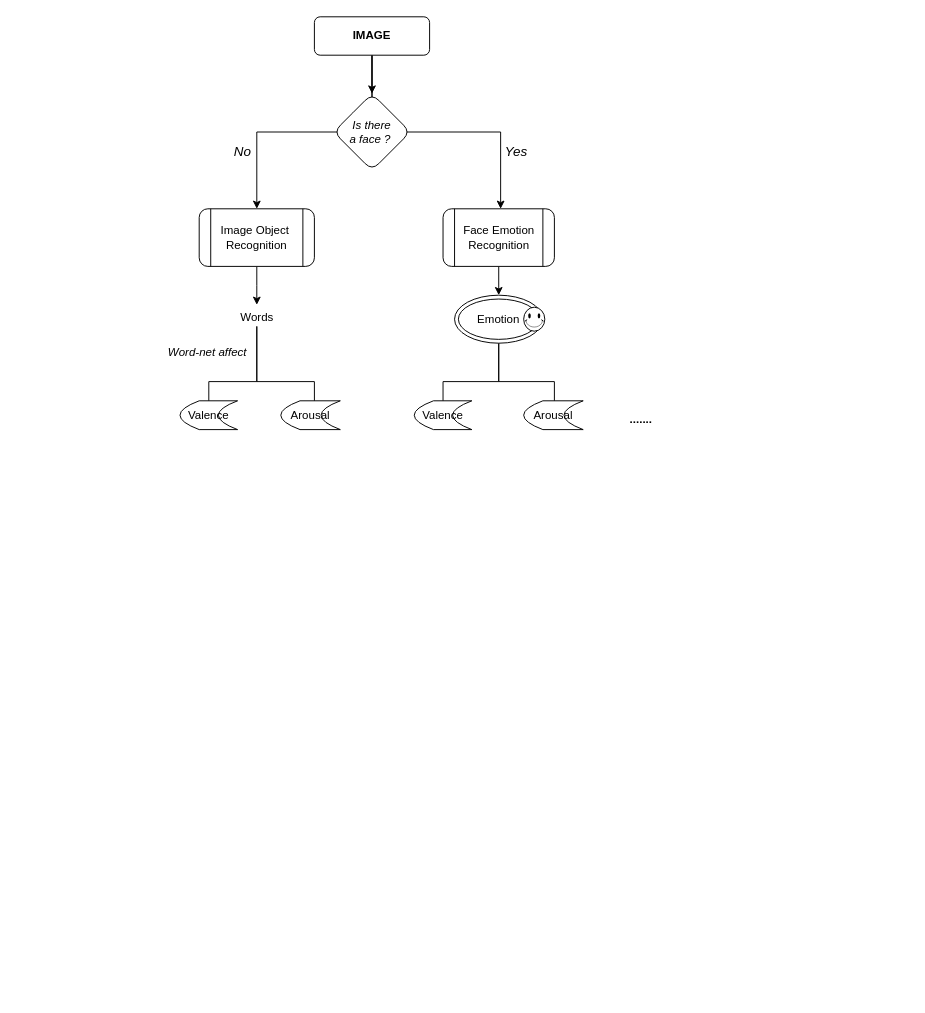
The draw.io diagram Picture-Mood-Playlist.drawio in kuk1song/Picture-Mood-Playlist_Transfered, before the edit. Source tidied: cells renumbered, new cells numbered last; positions are measured from the earlier drawing's top-left corner, leaving out a move shared by most shapes. Both pictures are drawn from the tidied source at 96%, with x=0, y=0 at pixel (160, 16).
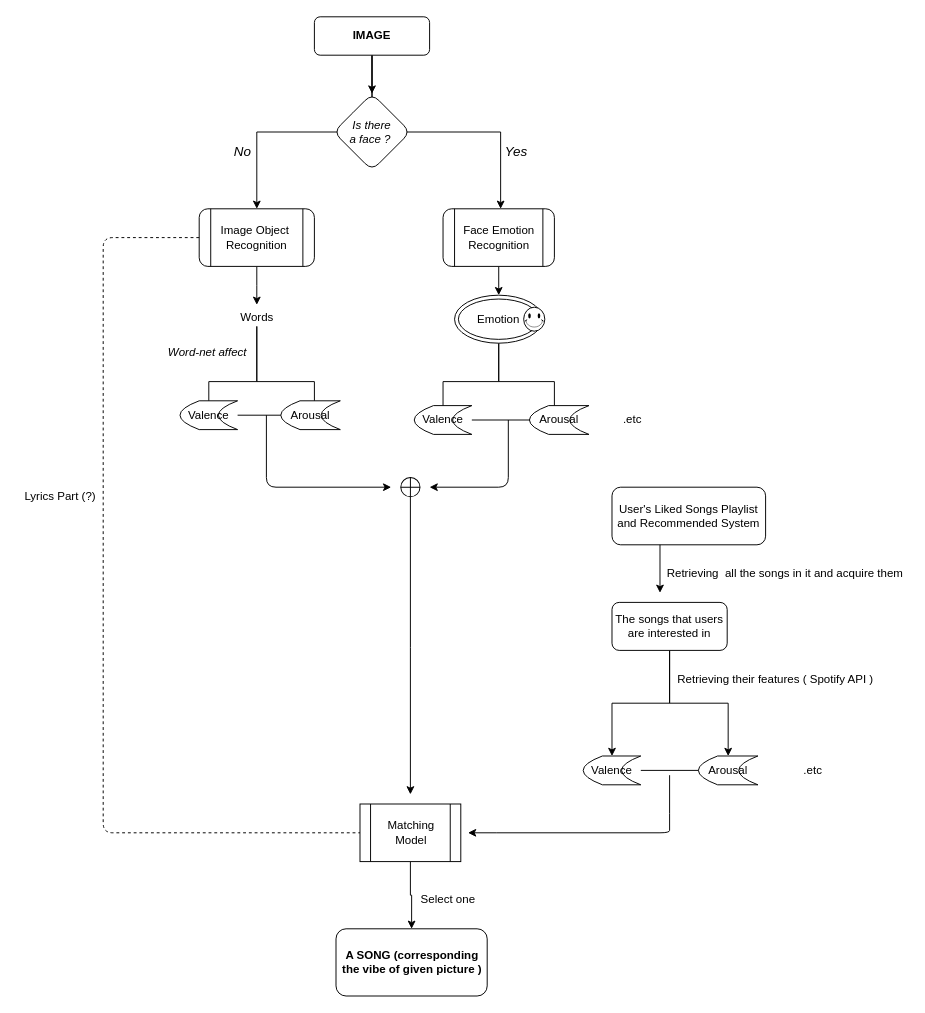
Above is the later version.

The change refers to these unchanged cells:
```xml
<mxCell id="7" value="&lt;span&gt;Image Object&amp;nbsp;&lt;/span&gt;&lt;br&gt;&lt;span&gt;Recognition&lt;/span&gt;" style="shape=process;whiteSpace=wrap;html=1;backgroundOutline=1;rounded=1;" parent="1" vertex="1">
  <mxGeometry x="40" y="200" width="120" height="60" as="geometry" />
</mxCell>
<mxCell id="23" value="&lt;span&gt;Valence&lt;/span&gt;" style="shape=dataStorage;whiteSpace=wrap;html=1;fixedSize=1;" parent="1" vertex="1">
  <mxGeometry x="20" y="400" width="60" height="30" as="geometry" />
</mxCell>
<mxCell id="24" value="Arousal" style="shape=dataStorage;whiteSpace=wrap;html=1;fixedSize=1;" parent="1" vertex="1">
  <mxGeometry x="125" y="400" width="62" height="30" as="geometry" />
</mxCell>
```

The edit, as a diff of the source:
```diff
@@
+    <mxCell id="26" style="edgeStyle=orthogonalEdgeStyle;rounded=0;jettySize=auto;html=1;entryX=0.516;entryY=0.5;entryDx=0;entryDy=0;entryPerimeter=0;" parent="1" edge="1" source="17" target="18">
+      <mxGeometry relative="1" as="geometry">
+        <Array as="points">
+          <mxPoint x="416" y="420" />
+        </Array>
+      </mxGeometry>
+    </mxCell>
     <mxCell id="17" value="&lt;span&gt;Valence&lt;/span&gt;" style="shape=dataStorage;whiteSpace=wrap;html=1;fixedSize=1;" parent="1" vertex="1">
-      <mxGeometry x="264" y="400" width="60" height="30" as="geometry" />
+      <mxGeometry x="264" y="405" width="60" height="30" as="geometry" />
     </mxCell>
     <mxCell id="18" value="Arousal" style="shape=dataStorage;whiteSpace=wrap;html=1;fixedSize=1;" parent="1" vertex="1">
-      <mxGeometry x="378" y="400" width="62" height="30" as="geometry" />
+      <mxGeometry x="384" y="405" width="62" height="30" as="geometry" />
     </mxCell>
-    <mxCell id="19" value="&lt;b&gt;.......&lt;/b&gt;" style="text;html=1;align=center;verticalAlign=middle;" parent="1" vertex="1">
-      <mxGeometry x="480" y="410" width="40" height="20" as="geometry" />
+    <mxCell id="19" value=".etc" style="text;html=1;align=center;verticalAlign=middle;" parent="1" vertex="1">
+      <mxGeometry x="476" y="410" width="30" height="20" as="geometry" />
     </mxCell>
@@
+    <mxCell id="27" style="edgeStyle=orthogonalEdgeStyle;rounded=0;jettySize=auto;html=1;entryX=0.403;entryY=0.5;entryDx=0;entryDy=0;entryPerimeter=0;" parent="1" edge="1" source="23" target="24">
+      <mxGeometry relative="1" as="geometry" />
+    </mxCell>
@@
+    <mxCell id="28" value="&lt;b&gt;A SONG (corresponding the vibe of given picture&amp;nbsp;&lt;/b&gt;&lt;b&gt;)&lt;/b&gt;" style="rounded=1;whiteSpace=wrap;html=1;" parent="1" vertex="1">
+      <mxGeometry x="182.5" y="950" width="157.5" height="70" as="geometry" />
+    </mxCell>
+    <mxCell id="29" style="edgeStyle=orthogonalEdgeStyle;rounded=0;jettySize=auto;html=1;" parent="1" edge="1" source="30">
+      <mxGeometry relative="1" as="geometry">
+        <mxPoint x="260" y="810" as="targetPoint" />
+      </mxGeometry>
+    </mxCell>
+    <mxCell id="30" style="shape=sumEllipse;perimeter=ellipsePerimeter;whiteSpace=wrap;html=1;backgroundOutline=1;rotation=-45;" parent="1" vertex="1">
+      <mxGeometry x="250" y="480" width="20" height="20" as="geometry" />
+    </mxCell>
+    <mxCell id="31" style="endArrow=classic;html=1;" parent="1" edge="1">
+      <mxGeometry relative="1" as="geometry">
+        <mxPoint x="110" y="415" as="sourcePoint" />
+        <mxPoint x="240" y="490" as="targetPoint" />
+        <Array as="points">
+          <mxPoint x="110" y="490" />
+        </Array>
+      </mxGeometry>
+    </mxCell>
+    <mxCell id="32" style="endArrow=classic;html=1;" parent="1" edge="1">
+      <mxGeometry relative="1" as="geometry">
+        <mxPoint x="362" y="420" as="sourcePoint" />
+        <mxPoint x="280" y="490" as="targetPoint" />
+        <Array as="points">
+          <mxPoint x="362" y="490" />
+        </Array>
+      </mxGeometry>
+    </mxCell>
+    <mxCell id="33" style="edgeStyle=orthogonalEdgeStyle;rounded=0;jettySize=auto;html=1;entryX=0.516;entryY=0.5;entryDx=0;entryDy=0;entryPerimeter=0;" parent="1" edge="1" source="34" target="35">
+      <mxGeometry relative="1" as="geometry">
+        <Array as="points">
+          <mxPoint x="592" y="785" />
+        </Array>
+      </mxGeometry>
+    </mxCell>
+    <mxCell id="34" value="&lt;span&gt;Valence&lt;/span&gt;" style="shape=dataStorage;whiteSpace=wrap;html=1;fixedSize=1;" parent="1" vertex="1">
+      <mxGeometry x="440" y="770" width="60" height="30" as="geometry" />
+    </mxCell>
+    <mxCell id="35" value="Arousal" style="shape=dataStorage;whiteSpace=wrap;html=1;fixedSize=1;" parent="1" vertex="1">
+      <mxGeometry x="560" y="770" width="62" height="30" as="geometry" />
+    </mxCell>
+    <mxCell id="36" value="User's Liked Songs Playlist and Recommended System" style="rounded=1;whiteSpace=wrap;html=1;" parent="1" vertex="1">
+      <mxGeometry x="470" y="490" width="160" height="60" as="geometry" />
+    </mxCell>
+    <mxCell id="37" style="edgeStyle=orthogonalEdgeStyle;rounded=0;jettySize=auto;html=1;entryX=0.5;entryY=0;entryDx=0;entryDy=0;" parent="1" edge="1" source="39" target="34">
+      <mxGeometry relative="1" as="geometry" />
+    </mxCell>
+    <mxCell id="38" style="edgeStyle=orthogonalEdgeStyle;rounded=0;jettySize=auto;html=1;" parent="1" edge="1" source="39" target="35">
+      <mxGeometry relative="1" as="geometry" />
+    </mxCell>
+    <mxCell id="39" value="The songs that users&lt;br&gt;are interested in" style="rounded=1;whiteSpace=wrap;html=1;" parent="1" vertex="1">
+      <mxGeometry x="470" y="610" width="120" height="50" as="geometry" />
+    </mxCell>
+    <mxCell id="40" value="Retrieving&amp;nbsp; all the songs in it and acquire them" style="text;html=1;align=center;verticalAlign=middle;" parent="1" vertex="1">
+      <mxGeometry x="520" y="570" width="260" height="20" as="geometry" />
+    </mxCell>
+    <mxCell id="41" style="endArrow=classic;html=1;" parent="1" edge="1">
+      <mxGeometry relative="1" as="geometry">
+        <mxPoint x="520" y="550" as="sourcePoint" />
+        <mxPoint x="520" y="600" as="targetPoint" />
+      </mxGeometry>
+    </mxCell>
+    <mxCell id="42" value="Retrieving their features ( Spotify API )" style="text;html=1;align=center;verticalAlign=middle;" parent="1" vertex="1">
+      <mxGeometry x="530" y="680" width="220" height="20" as="geometry" />
+    </mxCell>
+    <mxCell id="43" value=".etc" style="text;html=1;align=center;verticalAlign=middle;" parent="1" vertex="1">
+      <mxGeometry x="664" y="775" width="30" height="20" as="geometry" />
+    </mxCell>
+    <mxCell id="44" style="endArrow=classic;html=1;" parent="1" edge="1">
+      <mxGeometry relative="1" as="geometry">
+        <mxPoint x="530" y="790" as="sourcePoint" />
+        <mxPoint x="320" y="850" as="targetPoint" />
+        <Array as="points">
+          <mxPoint x="530" y="840" />
+          <mxPoint x="530" y="850" />
+          <mxPoint x="360" y="850" />
+        </Array>
+      </mxGeometry>
+    </mxCell>
+    <mxCell id="45" style="edgeStyle=orthogonalEdgeStyle;rounded=0;jettySize=auto;html=1;entryX=0.5;entryY=0;entryDx=0;entryDy=0;" parent="1" edge="1" source="46" target="28">
+      <mxGeometry relative="1" as="geometry" />
+    </mxCell>
+    <mxCell id="46" value="Matching Model" style="shape=process;whiteSpace=wrap;html=1;backgroundOutline=1;" parent="1" vertex="1">
+      <mxGeometry x="207.5" y="820" width="105" height="60" as="geometry" />
+    </mxCell>
+    <mxCell id="47" value="Select one" style="text;html=1;align=center;verticalAlign=middle;" parent="1" vertex="1">
+      <mxGeometry x="264" y="910" width="70" height="20" as="geometry" />
+    </mxCell>
+    <mxCell id="48" value="Lyrics Part (?)" style="text;html=1;align=center;verticalAlign=middle;" parent="1" vertex="1">
+      <mxGeometry x="-150" y="490" width="90" height="20" as="geometry" />
+    </mxCell>
+    <mxCell id="49" style="endArrow=none;dashed=1;html=1;entryX=0;entryY=0.5;entryDx=0;entryDy=0;exitX=0;exitY=0.5;exitDx=0;exitDy=0;" parent="1" edge="1" source="7" target="46">
+      <mxGeometry relative="1" as="geometry">
+        <Array as="points">
+          <mxPoint x="-60" y="230" />
+          <mxPoint x="-60" y="850" />
+        </Array>
+      </mxGeometry>
+    </mxCell>
```
